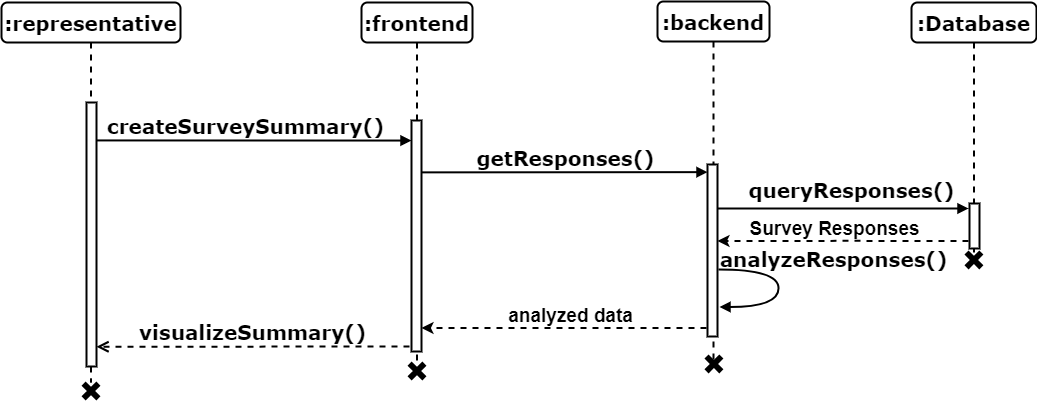
Before: 21 - Sequence Diagram/11 - Analyze Survey Sequence Diagram.drawio.png, a diagram exported from draw.io (muhammadahsanmirza/fyp-constituency-connect). Source tidied: cells renumbered, new cells last; positions are measured from the earlier drawing's top-left corner, leaving out a move shared by most shapes.
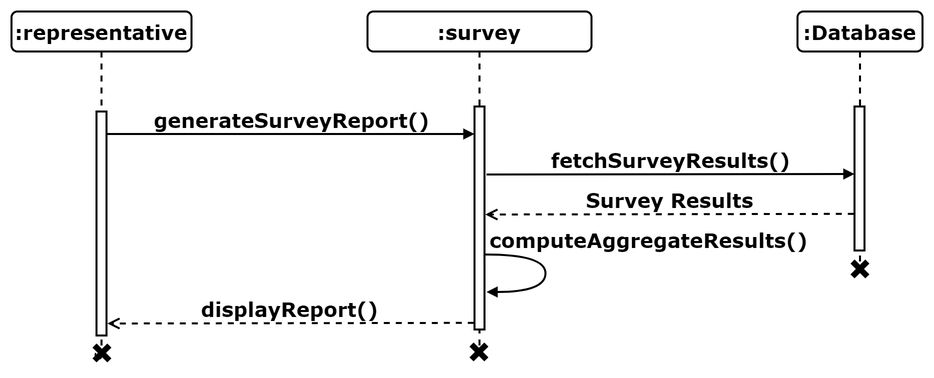
The same diagram one commit later.

The edit, as a diff of the source:
```diff
@@ -2,111 +2,71 @@
   <root>
     <mxCell id="0" />
     <mxCell id="1" parent="0" />
-    <mxCell id="2" value="createSurveySummary()" style="html=1;verticalAlign=bottom;endArrow=block;entryX=0;entryY=0;labelBackgroundColor=none;fontFamily=Verdana;fontSize=20;edgeStyle=elbowEdgeStyle;elbow=vertical;strokeWidth=2;fontStyle=1;" parent="1" edge="1">
-      <mxGeometry x="-0.05" relative="1" as="geometry">
-        <mxPoint x="95" y="138.9" as="sourcePoint" />
-        <mxPoint x="410" y="139" as="targetPoint" />
-      </mxGeometry>
+    <mxCell id="2" value=":Database" style="shape=umlLifeline;perimeter=lifelinePerimeter;whiteSpace=wrap;html=1;rounded=1;shadow=0;comic=0;labelBackgroundColor=none;strokeWidth=2;fontFamily=Verdana;fontSize=20;align=center;fontStyle=1;" parent="1" vertex="1">
+      <mxGeometry x="2549" y="1264" width="125" height="257" as="geometry" />
     </mxCell>
-    <mxCell id="3" value=":frontend" style="shape=umlLifeline;perimeter=lifelinePerimeter;whiteSpace=wrap;html=1;rounded=1;shadow=0;comic=0;labelBackgroundColor=none;strokeWidth=2;fontFamily=Verdana;fontSize=20;align=center;fontStyle=1;" parent="1" vertex="1">
-      <mxGeometry x="360" y="1" width="111" height="359" as="geometry" />
+    <mxCell id="3" value=":representative" style="shape=umlLifeline;perimeter=lifelinePerimeter;whiteSpace=wrap;html=1;rounded=1;shadow=0;comic=0;labelBackgroundColor=none;strokeWidth=2;fontFamily=Verdana;fontSize=20;align=center;fontStyle=1;" parent="1" vertex="1">
+      <mxGeometry x="1763" y="1264" width="180" height="337" as="geometry" />
     </mxCell>
     <mxCell id="4" style="html=1;points=[];perimeter=orthogonalPerimeter;rounded=0;shadow=0;comic=0;labelBackgroundColor=none;strokeWidth=2;fontFamily=Verdana;fontSize=20;align=center;fontStyle=1;whiteSpace=wrap;" parent="3" vertex="1">
-      <mxGeometry x="50" y="118" width="10" height="231" as="geometry" />
+      <mxGeometry x="85" y="100" width="10" height="224" as="geometry" />
     </mxCell>
-    <mxCell id="5" value=":backend" style="shape=umlLifeline;perimeter=lifelinePerimeter;whiteSpace=wrap;html=1;rounded=1;shadow=0;comic=0;labelBackgroundColor=none;strokeWidth=2;fontFamily=Verdana;fontSize=20;align=center;fontStyle=1;" parent="1" vertex="1">
-      <mxGeometry x="656" width="112" height="361" as="geometry" />
+    <mxCell id="5" value=":survey" style="shape=umlLifeline;perimeter=lifelinePerimeter;whiteSpace=wrap;html=1;rounded=1;shadow=0;comic=0;labelBackgroundColor=none;strokeWidth=2;fontFamily=Verdana;fontSize=20;align=center;fontStyle=1;" parent="1" vertex="1">
+      <mxGeometry x="2119" y="1264" width="224" height="335" as="geometry" />
     </mxCell>
     <mxCell id="6" style="html=1;perimeter=orthogonalPerimeter;rounded=0;shadow=0;comic=0;labelBackgroundColor=none;strokeWidth=2;fontFamily=Verdana;fontSize=20;align=center;fontStyle=1;whiteSpace=wrap;" parent="5" vertex="1">
-      <mxGeometry x="50" y="163" width="10" height="172" as="geometry" />
+      <mxGeometry x="107" y="95" width="10" height="223" as="geometry" />
     </mxCell>
-    <mxCell id="7" value="getResponses()" style="html=1;verticalAlign=bottom;endArrow=block;labelBackgroundColor=none;fontFamily=Verdana;fontSize=20;edgeStyle=elbowEdgeStyle;elbow=vertical;strokeWidth=2;fontStyle=1;exitX=0.961;exitY=0.818;exitDx=0;exitDy=0;exitPerimeter=0;" parent="5" edge="1">
+    <mxCell id="7" value="generateSurveyReport()" style="html=1;verticalAlign=bottom;endArrow=block;labelBackgroundColor=none;fontFamily=Verdana;fontSize=20;edgeStyle=elbowEdgeStyle;elbow=vertical;strokeWidth=2;fontStyle=1;" parent="1" edge="1" source="4">
       <mxGeometry relative="1" as="geometry">
-        <mxPoint x="-236.4" y="170.9" as="sourcePoint" />
-        <mxPoint x="50" y="170" as="targetPoint" />
+        <mxPoint x="2226" y="1387" as="targetPoint" />
       </mxGeometry>
     </mxCell>
-    <mxCell id="8" value=":Database" style="shape=umlLifeline;perimeter=lifelinePerimeter;whiteSpace=wrap;html=1;rounded=1;shadow=0;comic=0;labelBackgroundColor=none;strokeWidth=2;fontFamily=Verdana;fontSize=20;align=center;fontStyle=1;" parent="1" vertex="1">
-      <mxGeometry x="910" y="1" width="125" height="254" as="geometry" />
+    <mxCell id="8" value="fetchSurveyResults()" style="html=1;verticalAlign=bottom;endArrow=block;labelBackgroundColor=none;fontFamily=Verdana;fontSize=20;edgeStyle=elbowEdgeStyle;elbow=vertical;strokeWidth=2;fontStyle=1;exitX=0.852;exitY=0.103;exitDx=0;exitDy=0;exitPerimeter=0;" parent="1" edge="1">
+      <mxGeometry relative="1" as="geometry">
+        <mxPoint x="2238" y="1427" as="sourcePoint" />
+        <mxPoint x="2606" y="1427" as="targetPoint" />
+      </mxGeometry>
     </mxCell>
-    <mxCell id="9" value=":representative" style="shape=umlLifeline;perimeter=lifelinePerimeter;whiteSpace=wrap;html=1;rounded=1;shadow=0;comic=0;labelBackgroundColor=none;strokeWidth=2;fontFamily=Verdana;fontSize=20;align=center;fontStyle=1;" parent="1" vertex="1">
-      <mxGeometry y="1" width="179" height="380" as="geometry" />
+    <mxCell id="9" style="html=1;perimeter=orthogonalPerimeter;rounded=0;shadow=0;comic=0;labelBackgroundColor=none;strokeWidth=2;fontFamily=Verdana;fontSize=20;align=center;fontStyle=1;whiteSpace=wrap;" parent="1" vertex="1">
+      <mxGeometry x="2606" y="1359" width="10" height="144" as="geometry" />
     </mxCell>
-    <mxCell id="10" style="html=1;perimeter=orthogonalPerimeter;rounded=0;shadow=0;comic=0;labelBackgroundColor=none;strokeWidth=2;fontFamily=Verdana;fontSize=20;align=center;fontStyle=1;whiteSpace=wrap;" parent="9" vertex="1">
-      <mxGeometry x="85" y="100" width="10" height="264" as="geometry" />
+    <mxCell id="10" value="Survey Results" style="html=1;verticalAlign=bottom;endArrow=open;dashed=1;endSize=8;labelBackgroundColor=none;fontFamily=Verdana;fontSize=20;edgeStyle=elbowEdgeStyle;elbow=vertical;strokeWidth=2;fontStyle=1;entryX=1.08;entryY=0.695;entryDx=0;entryDy=0;entryPerimeter=0;exitX=-0.069;exitY=0.951;exitDx=0;exitDy=0;exitPerimeter=0;" parent="1" edge="1">
+      <mxGeometry relative="1" as="geometry">
+        <mxPoint x="2605.3" y="1466.4" as="sourcePoint" />
+        <mxPoint x="2236.8" y="1467.2" as="targetPoint" />
+        <Array as="points">
+          <mxPoint x="2317" y="1467" />
+        </Array>
+      </mxGeometry>
     </mxCell>
-    <mxCell id="11" style="html=1;perimeter=orthogonalPerimeter;rounded=0;shadow=0;comic=0;labelBackgroundColor=none;strokeWidth=2;fontFamily=Verdana;fontSize=20;align=center;fontStyle=1;whiteSpace=wrap;" parent="1" vertex="1">
-      <mxGeometry x="968" y="202" width="10" height="45" as="geometry" />
+    <mxCell id="11" value="displayReport()" style="html=1;verticalAlign=bottom;endArrow=open;dashed=1;endSize=8;labelBackgroundColor=none;fontFamily=Verdana;fontSize=20;edgeStyle=elbowEdgeStyle;elbow=vertical;strokeWidth=2;fontStyle=1;entryX=0.988;entryY=0.952;entryDx=0;entryDy=0;entryPerimeter=0;exitX=-0.069;exitY=0.951;exitDx=0;exitDy=0;exitPerimeter=0;" parent="1" edge="1">
+      <mxGeometry relative="1" as="geometry">
+        <mxPoint x="2225.3" y="1575.4" as="sourcePoint" />
+        <mxPoint x="1858.9" y="1576.7" as="targetPoint" />
+        <Array as="points">
+          <mxPoint x="1937" y="1576" />
+        </Array>
+      </mxGeometry>
     </mxCell>
-    <mxCell id="12" value="queryResponses()" style="html=1;verticalAlign=bottom;endArrow=block;labelBackgroundColor=none;fontFamily=Verdana;fontSize=20;edgeStyle=elbowEdgeStyle;elbow=vertical;strokeWidth=2;fontStyle=1;" parent="1" edge="1">
-      <mxGeometry x="0.06" y="4" relative="1" as="geometry">
-        <mxPoint x="716" y="207" as="sourcePoint" />
-        <mxPoint x="967" y="207" as="targetPoint" />
-        <Array as="points">
-          <mxPoint x="878" y="207" />
-        </Array>
-      </mxGeometry>
+    <mxCell id="12" style="shape=cross;whiteSpace=wrap;html=1;fillColor=#000000;rotation=45;strokeWidth=2;fontSize=20;" parent="1" vertex="1">
+      <mxGeometry x="2601.9" y="1511.9" width="19" height="19" as="geometry" />
     </mxCell>
     <mxCell id="13" style="shape=cross;whiteSpace=wrap;html=1;fillColor=#000000;rotation=45;strokeWidth=2;fontSize=20;" parent="1" vertex="1">
-      <mxGeometry x="406" y="360" width="19" height="19" as="geometry" />
+      <mxGeometry x="2220.9" y="1594.9" width="19" height="19" as="geometry" />
     </mxCell>
-    <mxCell id="14" style="shape=cross;whiteSpace=wrap;html=1;fillColor=#000000;rotation=45;strokeWidth=2;fontSize=20;" parent="1" vertex="1">
-      <mxGeometry x="80" y="380" width="19" height="19" as="geometry" />
+    <mxCell id="14" value="s" style="shape=cross;whiteSpace=wrap;html=1;fillColor=#000000;rotation=45;strokeWidth=2;fontSize=20;" parent="1" vertex="1">
+      <mxGeometry x="1843.9" y="1595.9" width="19" height="19" as="geometry" />
     </mxCell>
-    <mxCell id="15" style="shape=cross;whiteSpace=wrap;html=1;fillColor=#000000;rotation=45;strokeWidth=2;fontSize=20;" parent="1" vertex="1">
-      <mxGeometry x="962.9" y="248.9" width="19" height="19" as="geometry" />
+    <mxCell id="15" value="computeAggregateResults()" style="html=1;verticalAlign=bottom;endArrow=block;labelBackgroundColor=none;fontFamily=Verdana;fontSize=20;elbow=vertical;edgeStyle=orthogonalEdgeStyle;curved=1;exitX=1;exitY=0.14;exitPerimeter=0;strokeWidth=2;fontStyle=1;exitDx=0;exitDy=0;entryX=1.099;entryY=0.303;entryDx=0;entryDy=0;entryPerimeter=0;" parent="1" edge="1">
+      <mxGeometry x="-0.23" y="103" relative="1" as="geometry">
+        <mxPoint x="2237" y="1507" as="sourcePoint" />
+        <mxPoint x="2238" y="1544.5" as="targetPoint" />
+        <Array as="points">
+          <mxPoint x="2297" y="1506.8" />
+          <mxPoint x="2297" y="1544.8" />
+        </Array>
+      </mxGeometry>
     </mxCell>
-    <mxCell id="16" style="shape=cross;whiteSpace=wrap;html=1;fillColor=#000000;rotation=45;strokeWidth=2;fontSize=20;" parent="1" vertex="1">
-      <mxGeometry x="702.9" y="352.9" width="19" height="19" as="geometry" />
-    </mxCell>
-    <mxCell id="17" style="group;" parent="1" vertex="1">
-      <mxGeometry x="716" y="210" width="251" height="35" as="geometry" />
-    </mxCell>
-    <mxCell id="18" style="edgeStyle=orthogonalEdgeStyle;rounded=0;orthogonalLoop=1;jettySize=auto;html=1;entryX=1;entryY=0.259;entryDx=0;entryDy=0;entryPerimeter=0;strokeWidth=2;dashed=1;" parent="17" edge="1">
-      <mxGeometry relative="1" as="geometry">
-        <mxPoint x="251" y="29.4" as="sourcePoint" />
-        <mxPoint y="29.4" as="targetPoint" />
-        <Array as="points">
-          <mxPoint x="126.1" y="29" />
-        </Array>
-      </mxGeometry>
-    </mxCell>
-    <mxCell id="19" value="&lt;b&gt;&lt;font style=&quot;font-size: 19px;&quot;&gt;Survey Responses&lt;/font&gt;&lt;/b&gt;" style="text;html=1;align=center;verticalAlign=middle;strokeColor=none;fillColor=none;" parent="17" vertex="1">
-      <mxGeometry x="22.5" width="188" height="35" as="geometry" />
-    </mxCell>
-    <mxCell id="20" value="analyzeResponses()" style="html=1;verticalAlign=bottom;endArrow=block;labelBackgroundColor=none;fontFamily=Verdana;fontSize=20;elbow=vertical;edgeStyle=orthogonalEdgeStyle;curved=1;exitX=1;exitY=0.14;exitPerimeter=0;strokeWidth=2;fontStyle=1;exitDx=0;exitDy=0;entryX=1.099;entryY=0.303;entryDx=0;entryDy=0;entryPerimeter=0;" parent="1" edge="1">
-      <mxGeometry x="-0.18" y="55" relative="1" as="geometry">
-        <mxPoint x="717" y="268" as="sourcePoint" />
-        <mxPoint x="718" y="305.5" as="targetPoint" />
-        <Array as="points">
-          <mxPoint x="777" y="267.8" />
-          <mxPoint x="777" y="305.8" />
-        </Array>
-      </mxGeometry>
-    </mxCell>
-    <mxCell id="21" style="group;" parent="1" vertex="1">
-      <mxGeometry x="420" y="297" width="285" height="35" as="geometry" />
-    </mxCell>
-    <mxCell id="22" style="edgeStyle=orthogonalEdgeStyle;rounded=0;orthogonalLoop=1;jettySize=auto;html=1;entryX=1;entryY=0.259;entryDx=0;entryDy=0;entryPerimeter=0;strokeWidth=2;dashed=1;" parent="21" edge="1">
-      <mxGeometry relative="1" as="geometry">
-        <mxPoint x="285" y="29.4" as="sourcePoint" />
-        <mxPoint y="29.4" as="targetPoint" />
-        <Array as="points">
-          <mxPoint x="143.1" y="29" />
-        </Array>
-      </mxGeometry>
-    </mxCell>
-    <mxCell id="23" value="&lt;b&gt;&lt;font style=&quot;font-size: 19px;&quot;&gt;analyzed data&lt;/font&gt;&lt;/b&gt;" style="text;html=1;align=center;verticalAlign=middle;strokeColor=none;fillColor=none;" parent="21" vertex="1">
-      <mxGeometry x="77" width="143" height="35" as="geometry" />
-    </mxCell>
-    <mxCell id="24" value="visualizeSummary()" style="html=1;verticalAlign=bottom;endArrow=open;dashed=1;endSize=8;labelBackgroundColor=none;fontFamily=Verdana;fontSize=20;edgeStyle=elbowEdgeStyle;elbow=vertical;strokeWidth=2;fontStyle=1;exitX=0.01;exitY=0.129;exitDx=0;exitDy=0;exitPerimeter=0;" parent="1" edge="1">
-      <mxGeometry relative="1" as="geometry">
-        <mxPoint x="408" y="345" as="sourcePoint" />
-        <mxPoint x="95" y="346" as="targetPoint" />
-        <Array as="points">
-          <mxPoint x="244.9" y="345.3" />
-        </Array>
-      </mxGeometry>
-    </mxCell>
   </root>
 </mxGraphModel>
```
